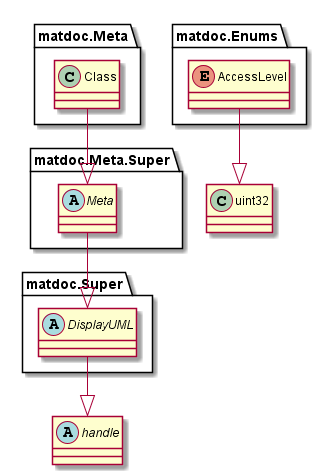
Above: doc/uml-examples/export-class-OnlyRelationship-true.png in flxdot/matdoc (PlantUML), before the change.
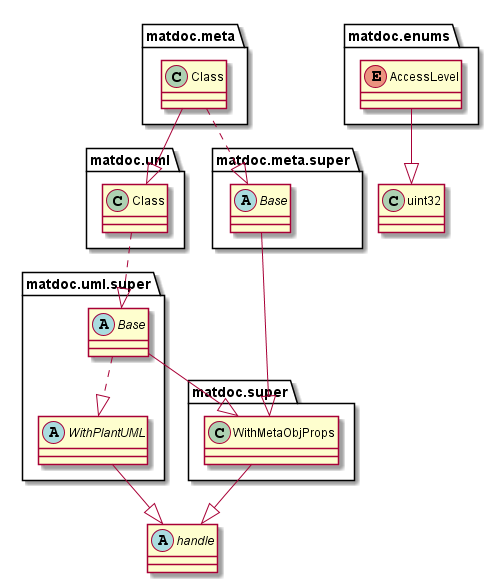
After the commit.

Diff of the diagram source:
```diff
@@ -4,25 +4,42 @@
 }
 
 
-enum matdoc.Enums.AccessLevel {
+enum matdoc.enums.AccessLevel {
 }
 
-matdoc.Enums.AccessLevel --|> uint32
+matdoc.enums.AccessLevel --|> uint32
 
-class matdoc.Meta.Class {
+class matdoc.meta.Class {
 }
 
-matdoc.Meta.Class --|> matdoc.Meta.Super.Meta
+matdoc.meta.Class ..|> matdoc.meta.super.Base
+matdoc.meta.Class --|> matdoc.uml.Class
 
-abstract class matdoc.Meta.Super.Meta {
+abstract class matdoc.meta.super.Base {
 }
 
-matdoc.Meta.Super.Meta --|> matdoc.Super.DisplayUML
+matdoc.meta.super.Base --|> matdoc.super.WithMetaObjProps
 
-abstract class matdoc.Super.DisplayUML {
+class matdoc.super.WithMetaObjProps {
 }
 
-matdoc.Super.DisplayUML --|> handle
+matdoc.super.WithMetaObjProps --|> handle
+
+class matdoc.uml.Class {
+}
+
+matdoc.uml.Class ..|> matdoc.uml.super.Base
+
+abstract class matdoc.uml.super.Base {
+}
+
+matdoc.uml.super.Base --|> matdoc.super.WithMetaObjProps
+matdoc.uml.super.Base ..|> matdoc.uml.super.WithPlantUML
+
+abstract class matdoc.uml.super.WithPlantUML {
+}
+
+matdoc.uml.super.WithPlantUML --|> handle
 
 class uint32 {
 }
```
